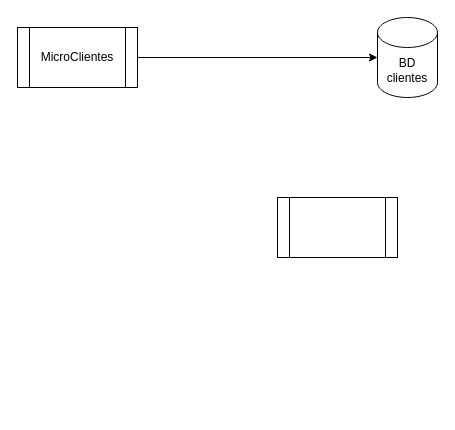
Earlier version of the draw.io diagram diagrama_microservices.drawio (ajoelflores124/everbanco). Source tidied: cells renumbered, new cells numbered last; positions are measured from the earlier drawing's top-left corner, leaving out a move shared by most shapes. Both pictures are drawn from the tidied source at 100%, with x=0, y=0 at pixel (17, 17).
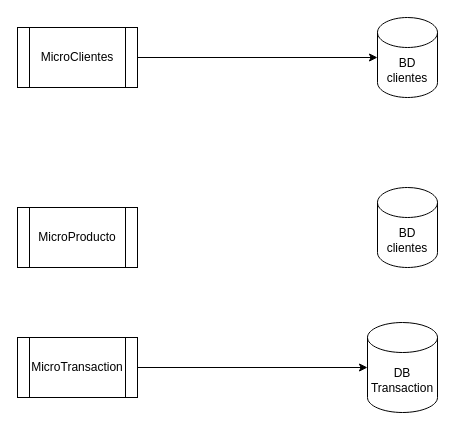
Above is the later version.

What changed in the source:
```diff
@@
 <mxGraphModel>
   <root>
     <mxCell id="0" />
     <mxCell id="1" parent="0" />
     <mxCell id="2" value="MicroClientes" style="shape=process;whiteSpace=wrap;html=1;backgroundOutline=1;" parent="1" vertex="1">
       <mxGeometry y="10" width="120" height="60" as="geometry" />
     </mxCell>
     <mxCell id="3" value="BD&lt;br&gt;clientes" style="shape=cylinder3;whiteSpace=wrap;html=1;boundedLbl=1;backgroundOutline=1;size=15;" parent="1" vertex="1">
       <mxGeometry x="360" width="60" height="80" as="geometry" />
     </mxCell>
     <mxCell id="4" style="endArrow=classic;html=1;exitX=1;exitY=0.5;exitDx=0;exitDy=0;entryX=0;entryY=0.5;entryDx=0;entryDy=0;entryPerimeter=0;" parent="1" edge="1" source="2" target="3">
       <mxGeometry relative="1" as="geometry" />
     </mxCell>
-    <mxCell id="5" style="shape=process;whiteSpace=wrap;html=1;backgroundOutline=1;" parent="1" vertex="1">
-      <mxGeometry x="260" y="180" width="120" height="60" as="geometry" />
+    <mxCell id="5" value="MicroProducto" style="shape=process;whiteSpace=wrap;html=1;backgroundOutline=1;" parent="1" vertex="1">
+      <mxGeometry y="190" width="120" height="60" as="geometry" />
     </mxCell>
+    <mxCell id="6" value="BD&lt;br&gt;clientes" style="shape=cylinder3;whiteSpace=wrap;html=1;boundedLbl=1;backgroundOutline=1;size=15;" parent="1" vertex="1">
+      <mxGeometry x="360" y="170" width="60" height="80" as="geometry" />
+    </mxCell>
+    <mxCell id="7" style="edgeStyle=orthogonalEdgeStyle;rounded=0;jettySize=auto;html=1;entryX=0;entryY=0.5;entryDx=0;entryDy=0;entryPerimeter=0;" parent="1" edge="1" source="8" target="9">
+      <mxGeometry relative="1" as="geometry" />
+    </mxCell>
+    <mxCell id="8" value="MicroTransaction" style="shape=process;whiteSpace=wrap;html=1;backgroundOutline=1;" parent="1" vertex="1">
+      <mxGeometry y="320" width="120" height="60" as="geometry" />
+    </mxCell>
+    <mxCell id="9" value="DB Transaction" style="shape=cylinder3;whiteSpace=wrap;html=1;boundedLbl=1;backgroundOutline=1;size=15;" parent="1" vertex="1">
+      <mxGeometry x="350" y="305" width="70" height="90" as="geometry" />
+    </mxCell>
   </root>
 </mxGraphModel>
```
